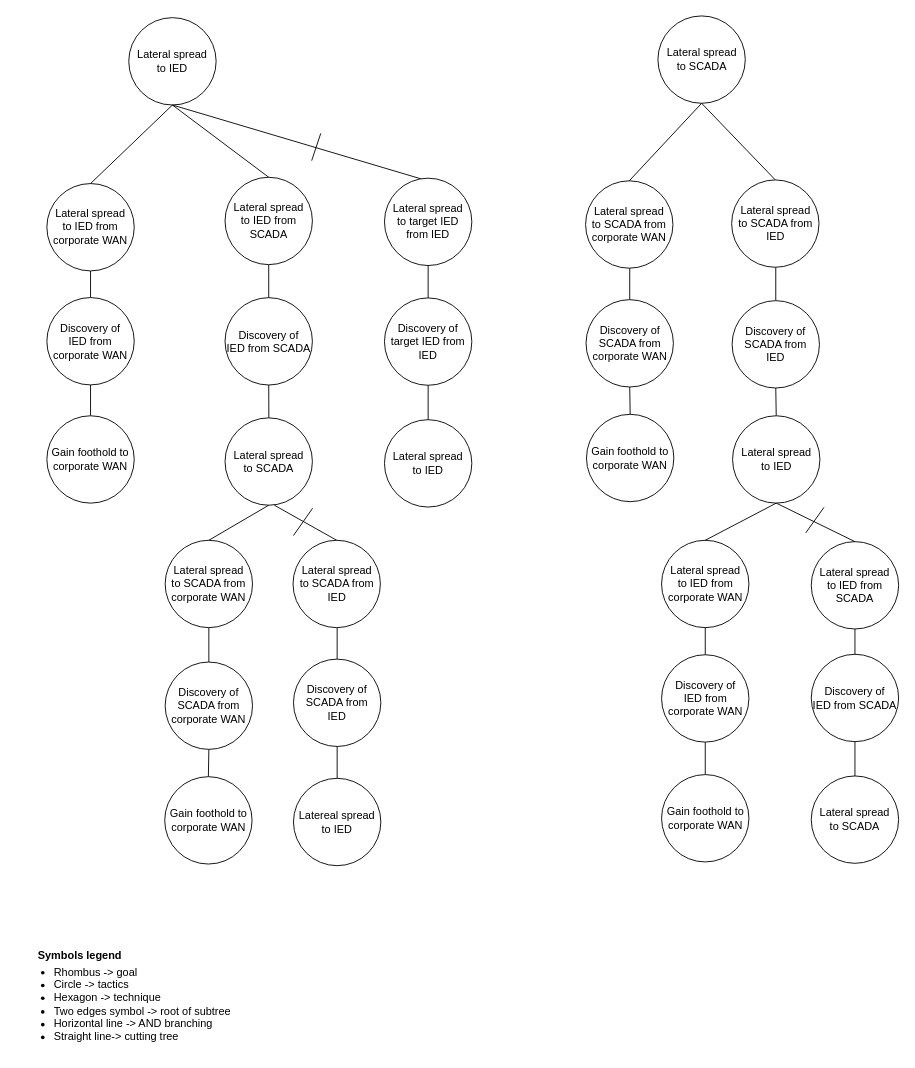
The draw.io diagram drawIO_trees/solution_5_helper_trees_faulty_1.drawio in mihaelM/Attack_trees, before the edit. Source tidied: cells renumbered, new cells numbered last; positions are measured from the earlier drawing's top-left corner, leaving out a move shared by most shapes. Both pictures are drawn from the tidied source at 91%, with x=0, y=0 at pixel (15, 15).
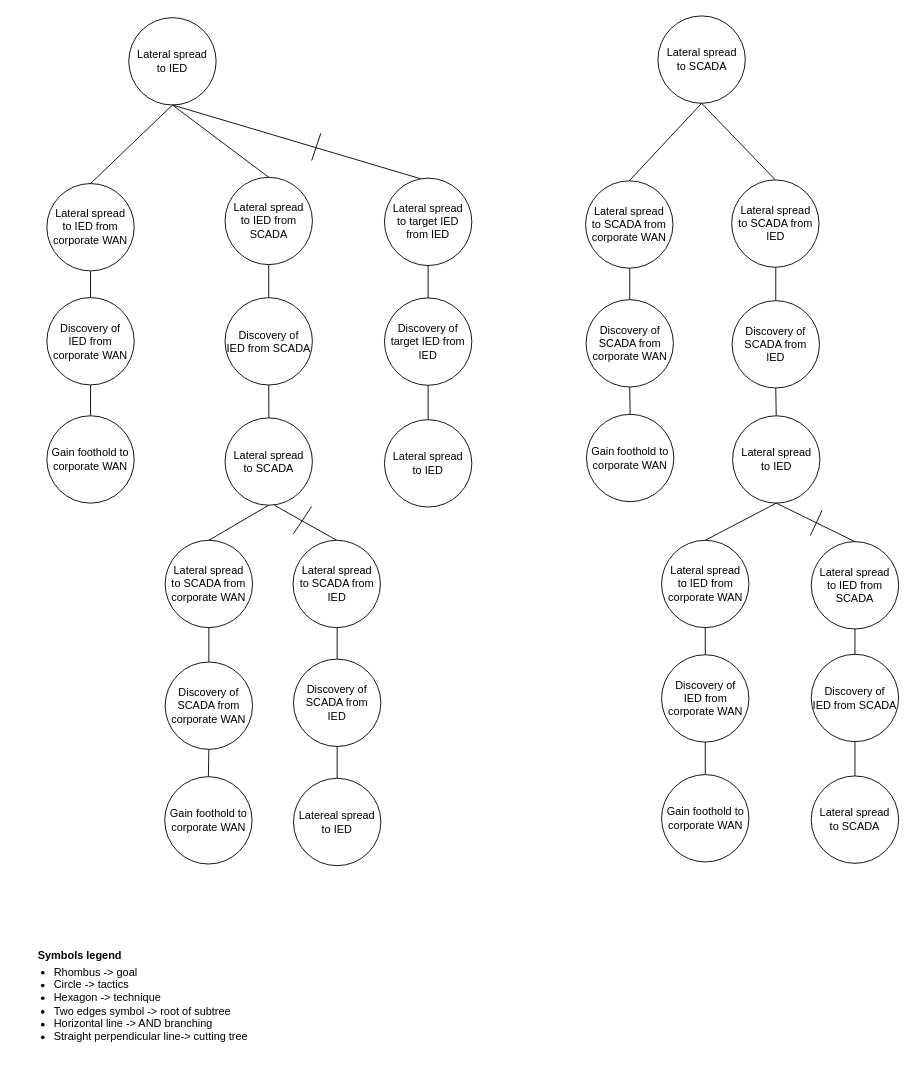
The same diagram, later.

Commit message (it also covers changes not shown here):
updating mup JSON tree and some helper trees

What changed in the source:
```diff
@@
-    <mxCell id="3" value="&lt;ul&gt;&lt;li&gt;&lt;span&gt;Rhombus -&amp;gt; goal&lt;/span&gt;&lt;/li&gt;&lt;li&gt;&lt;span&gt;Circle -&amp;gt; tactics&lt;/span&gt;&lt;br&gt;&lt;/li&gt;&lt;li&gt;Hexagon -&amp;gt; technique&lt;/li&gt;&lt;li&gt;Two edges symbol -&amp;gt; root of subtree&lt;/li&gt;&lt;li&gt;Horizontal line -&amp;gt; AND branching&lt;/li&gt;&lt;li&gt;Straight line-&amp;gt; cutting tree&lt;/li&gt;&lt;/ul&gt;" style="text;strokeColor=none;fillColor=none;html=1;whiteSpace=wrap;verticalAlign=middle;overflow=hidden;fontSize=12;" parent="1" vertex="1">
+    <mxCell id="3" value="&lt;ul&gt;&lt;li&gt;&lt;span&gt;Rhombus -&amp;gt; goal&lt;/span&gt;&lt;/li&gt;&lt;li&gt;&lt;span&gt;Circle -&amp;gt; tactics&lt;/span&gt;&lt;br&gt;&lt;/li&gt;&lt;li&gt;Hexagon -&amp;gt; technique&lt;/li&gt;&lt;li&gt;Two edges symbol -&amp;gt; root of subtree&lt;/li&gt;&lt;li&gt;Horizontal line -&amp;gt; AND branching&lt;/li&gt;&lt;li&gt;Straight perpendicular line-&amp;gt; cutting tree&lt;/li&gt;&lt;/ul&gt;" style="text;strokeColor=none;fillColor=none;html=1;whiteSpace=wrap;verticalAlign=middle;overflow=hidden;fontSize=12;" parent="1" vertex="1">
       <mxGeometry y="1029" width="260" height="110" as="geometry" />
     </mxCell>
@@
     <mxCell id="54" style="endArrow=none;html=1;rounded=0;" parent="1" edge="1">
       <mxGeometry relative="1" as="geometry">
-        <mxPoint x="305" y="571" as="sourcePoint" />
-        <mxPoint x="326" y="541" as="targetPoint" />
+        <mxPoint x="305" y="569" as="sourcePoint" />
+        <mxPoint x="325" y="539" as="targetPoint" />
       </mxGeometry>
     </mxCell>
@@
     <mxCell id="62" style="endArrow=none;html=1;rounded=0;" parent="1" edge="1">
       <mxGeometry relative="1" as="geometry">
-        <mxPoint x="868" y="568" as="sourcePoint" />
-        <mxPoint x="888" y="540" as="targetPoint" />
+        <mxPoint x="873" y="571" as="sourcePoint" />
+        <mxPoint x="886" y="543" as="targetPoint" />
       </mxGeometry>
     </mxCell>
```
